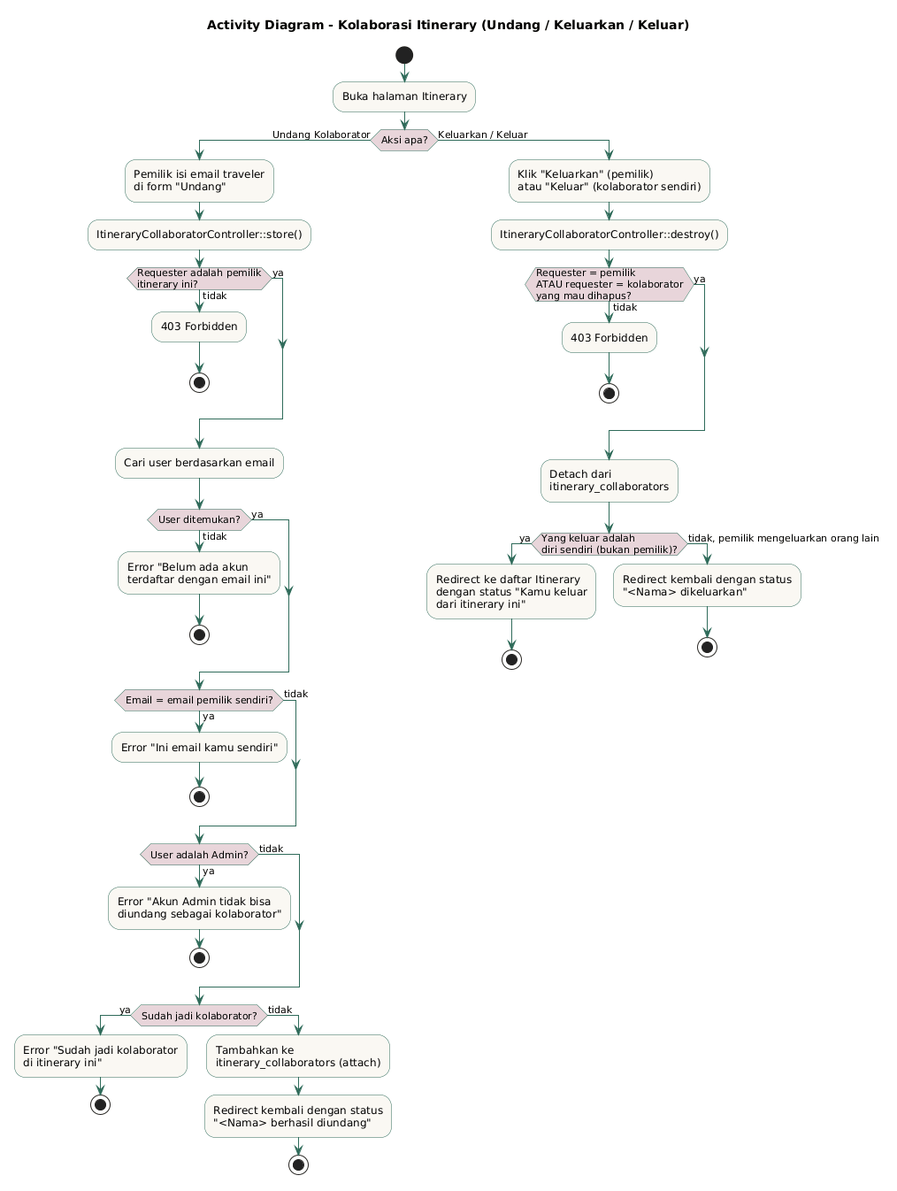
anugrahhhhh/tripplane-jogja-itenary keeps this PlantUML diagram as docs/gabungan/uml-plantuml/04-activity-kolaborasi.png. Above is the earlier version.
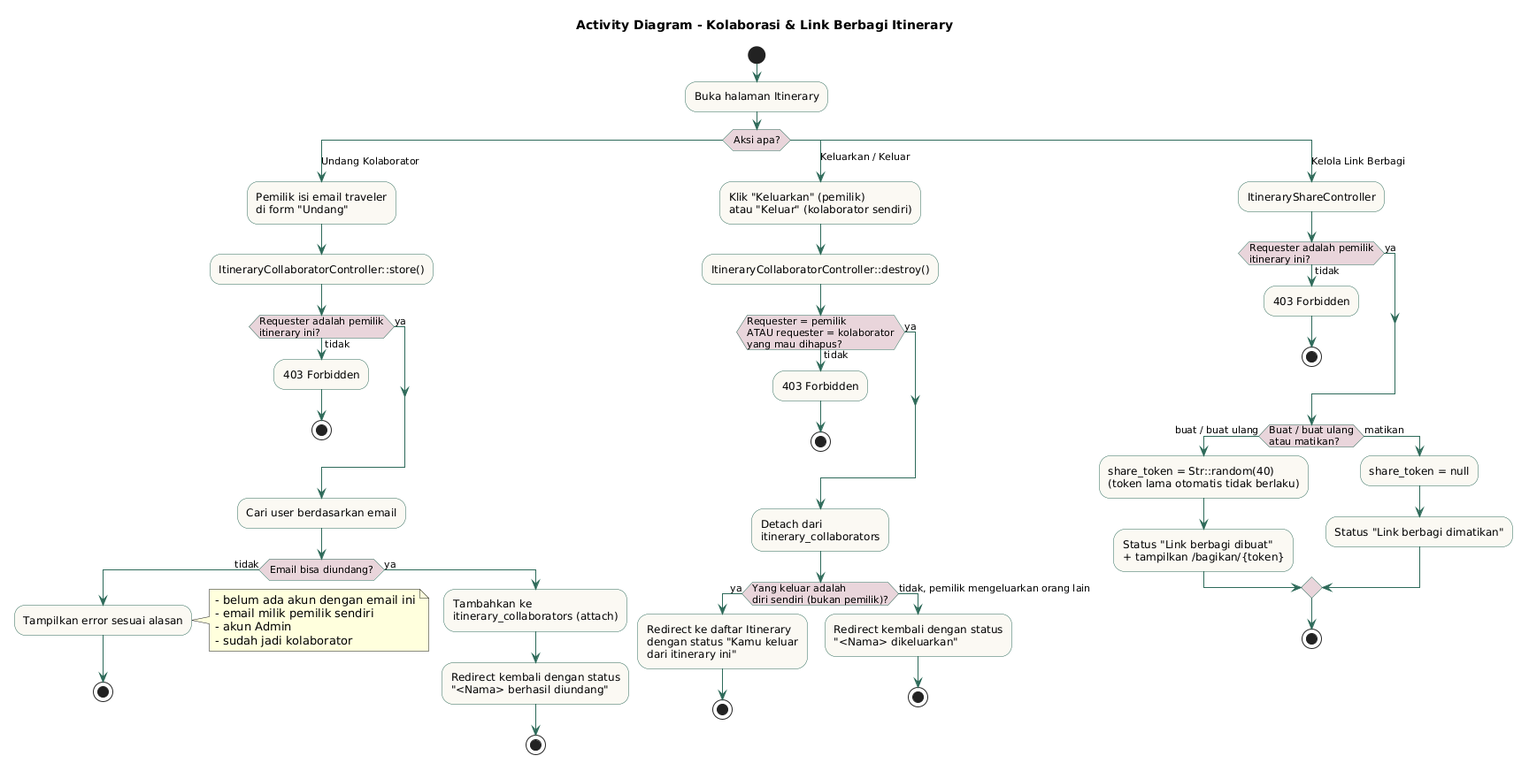
After the change.

Change to the diagram source:
```diff
@@ -1,5 +1,5 @@
 @startuml
-title Activity Diagram - Kolaborasi Itinerary (Undang / Keluarkan / Keluar)
+title Activity Diagram - Kolaborasi & Link Berbagi Itinerary
 
 skinparam activity {
   BackgroundColor #FAF8F3
@@ -11,7 +11,8 @@
 start
 :Buka halaman Itinerary;
 
-if (Aksi apa?) then (Undang Kolaborator)
+switch (Aksi apa?)
+case (Undang Kolaborator)
   :Pemilik isi email traveler\ndi form "Undang";
   :ItineraryCollaboratorController::store();
   if (Requester adalah pemilik\nitinerary ini?) then (tidak)
@@ -20,31 +21,22 @@
   else (ya)
   endif
   :Cari user berdasarkan email;
-  if (User ditemukan?) then (tidak)
-    :Error "Belum ada akun\nterdaftar dengan email ini";
+  if (Email bisa diundang?) then (tidak)
+    :Tampilkan error sesuai alasan;
+    note right
+      - belum ada akun dengan email ini
+      - email milik pemilik sendiri
+      - akun Admin
+      - sudah jadi kolaborator
+    end note
     stop
   else (ya)
-  endif
-  if (Email = email pemilik sendiri?) then (ya)
-    :Error "Ini email kamu sendiri";
-    stop
-  else (tidak)
-  endif
-  if (User adalah Admin?) then (ya)
-    :Error "Akun Admin tidak bisa\ndiundang sebagai kolaborator";
-    stop
-  else (tidak)
-  endif
-  if (Sudah jadi kolaborator?) then (ya)
-    :Error "Sudah jadi kolaborator\ndi itinerary ini";
-    stop
-  else (tidak)
     :Tambahkan ke\nitinerary_collaborators (attach);
     :Redirect kembali dengan status\n"<Nama> berhasil diundang";
     stop
   endif
 
-else (Keluarkan / Keluar)
+case (Keluarkan / Keluar)
   :Klik "Keluarkan" (pemilik)\natau "Keluar" (kolaborator sendiri);
   :ItineraryCollaboratorController::destroy();
   if (Requester = pemilik\nATAU requester = kolaborator\nyang mau dihapus?) then (tidak)
@@ -60,5 +52,21 @@
     :Redirect kembali dengan status\n"<Nama> dikeluarkan";
     stop
   endif
-endif
+
+case (Kelola Link Berbagi)
+  :ItineraryShareController;
+  if (Requester adalah pemilik\nitinerary ini?) then (tidak)
+    :403 Forbidden;
+    stop
+  else (ya)
+  endif
+  if (Buat / buat ulang\natau matikan?) then (buat / buat ulang)
+    :share_token = Str::random(40)\n(token lama otomatis tidak berlaku);
+    :Status "Link berbagi dibuat"\n+ tampilkan /bagikan/{token};
+  else (matikan)
+    :share_token = null;
+    :Status "Link berbagi dimatikan";
+  endif
+  stop
+endswitch
 @enduml
```
